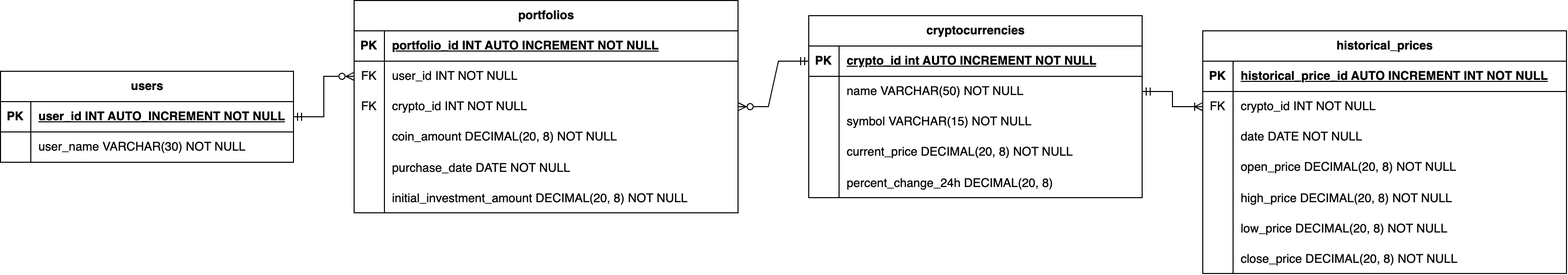
Before: ER_Diagram.png, a diagram exported from draw.io (noahcroghan/soft161_milestone_2). Source tidied: cells renumbered, new cells last; positions are measured from the earlier drawing's top-left corner, leaving out a move shared by most shapes.
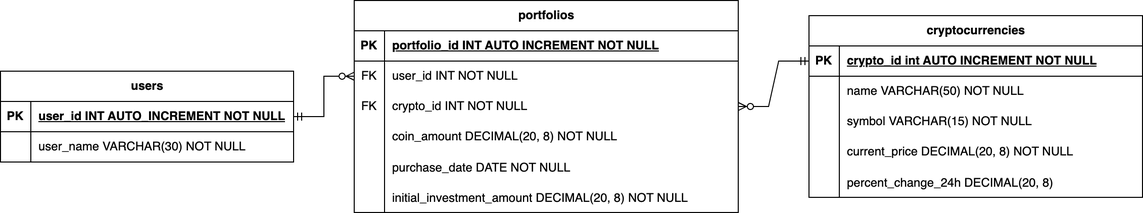
The same file after the commit.

Commit message:
Update README to remove historical prices table

Diff of the diagram source:
```diff
@@ -56,75 +56,6 @@
     <mxCell id="19" value="percent_change_24h DECIMAL(20, 8)" style="shape=partialRectangle;fillColor=none;top=0;left=0;bottom=0;right=0;align=left;spacingLeft=6;overflow=hidden;" parent="17" vertex="1">
       <mxGeometry x="30" width="300" height="30" as="geometry" />
     </mxCell>
-    <mxCell id="20" value="historical_prices" style="shape=table;startSize=30;rowLines=0;fontStyle=1;align=center;html=1;" parent="1" vertex="1">
-      <mxGeometry x="1190" y="30" width="360" height="240" as="geometry" />
-    </mxCell>
-    <mxCell id="21" style="shape=tableRow;horizontal=0;startSize=0;swimlaneHead=0;swimlaneBody=0;fillColor=none;top=0;left=0;right=0;bottom=1;" parent="20" vertex="1">
-      <mxGeometry y="30" width="360" height="30" as="geometry" />
-    </mxCell>
-    <mxCell id="22" value="PK" style="shape=partialRectangle;fillColor=none;top=0;left=0;bottom=0;right=0;fontStyle=1;overflow=hidden;whiteSpace=wrap;html=1;" parent="21" vertex="1">
-      <mxGeometry width="30" height="30" as="geometry" />
-    </mxCell>
-    <mxCell id="23" value="historical_price_id AUTO INCREMENT INT NOT NULL" style="shape=partialRectangle;fillColor=none;top=0;left=0;bottom=0;right=0;align=left;spacingLeft=6;fontStyle=5;overflow=hidden;whiteSpace=wrap;html=1;" parent="21" vertex="1">
-      <mxGeometry x="30" width="330" height="30" as="geometry" />
-    </mxCell>
-    <mxCell id="24" style="shape=tableRow;horizontal=0;startSize=0;swimlaneHead=0;swimlaneBody=0;fillColor=none;points=[[0,0.5],[1,0.5]];portConstraint=eastwest;top=0;left=0;right=0;bottom=0;" parent="20" vertex="1">
-      <mxGeometry y="60" width="360" height="30" as="geometry" />
-    </mxCell>
-    <mxCell id="25" value="FK" style="shape=partialRectangle;fillColor=none;top=0;left=0;bottom=0;right=0;overflow=hidden;whiteSpace=wrap;html=1;" parent="24" vertex="1">
-      <mxGeometry width="30" height="30" as="geometry" />
-    </mxCell>
-    <mxCell id="26" value="crypto_id INT NOT NULL" style="shape=partialRectangle;fillColor=none;top=0;left=0;bottom=0;right=0;align=left;spacingLeft=6;overflow=hidden;whiteSpace=wrap;html=1;" parent="24" vertex="1">
-      <mxGeometry x="30" width="330" height="30" as="geometry" />
-    </mxCell>
-    <mxCell id="27" style="shape=tableRow;horizontal=0;startSize=0;swimlaneHead=0;swimlaneBody=0;fillColor=none;top=0;left=0;right=0;bottom=0;" parent="20" vertex="1">
-      <mxGeometry y="90" width="360" height="30" as="geometry" />
-    </mxCell>
-    <mxCell id="28" style="shape=partialRectangle;fillColor=none;top=0;left=0;bottom=0;right=0;overflow=hidden;whiteSpace=wrap;html=1;" parent="27" vertex="1">
-      <mxGeometry width="30" height="30" as="geometry" />
-    </mxCell>
-    <mxCell id="29" value="date DATE NOT NULL" style="shape=partialRectangle;fillColor=none;top=0;left=0;bottom=0;right=0;align=left;spacingLeft=6;overflow=hidden;whiteSpace=wrap;html=1;" parent="27" vertex="1">
-      <mxGeometry x="30" width="330" height="30" as="geometry" />
-    </mxCell>
-    <mxCell id="30" style="shape=tableRow;horizontal=0;startSize=0;swimlaneHead=0;swimlaneBody=0;fillColor=none;top=0;left=0;right=0;bottom=0;" parent="20" vertex="1">
-      <mxGeometry y="120" width="360" height="30" as="geometry" />
-    </mxCell>
-    <mxCell id="31" style="shape=partialRectangle;fillColor=none;top=0;left=0;bottom=0;right=0;overflow=hidden;whiteSpace=wrap;html=1;" parent="30" vertex="1">
-      <mxGeometry width="30" height="30" as="geometry" />
-    </mxCell>
-    <mxCell id="32" value="open_price DECIMAL(20, 8)&amp;nbsp;NOT NULL" style="shape=partialRectangle;fillColor=none;top=0;left=0;bottom=0;right=0;align=left;spacingLeft=6;overflow=hidden;whiteSpace=wrap;html=1;" parent="30" vertex="1">
-      <mxGeometry x="30" width="330" height="30" as="geometry" />
-    </mxCell>
-    <mxCell id="33" style="shape=tableRow;horizontal=0;startSize=0;swimlaneHead=0;swimlaneBody=0;fillColor=none;top=0;left=0;right=0;bottom=0;" parent="20" vertex="1">
-      <mxGeometry y="150" width="360" height="30" as="geometry" />
-    </mxCell>
-    <mxCell id="34" style="shape=partialRectangle;fillColor=none;top=0;left=0;bottom=0;right=0;overflow=hidden;" parent="33" vertex="1">
-      <mxGeometry width="30" height="30" as="geometry" />
-    </mxCell>
-    <mxCell id="35" value="high_price DECIMAL(20, 8) NOT NULL" style="shape=partialRectangle;fillColor=none;top=0;left=0;bottom=0;right=0;align=left;spacingLeft=6;overflow=hidden;" parent="33" vertex="1">
-      <mxGeometry x="30" width="330" height="30" as="geometry" />
-    </mxCell>
-    <mxCell id="36" style="shape=tableRow;horizontal=0;startSize=0;swimlaneHead=0;swimlaneBody=0;fillColor=none;top=0;left=0;right=0;bottom=0;" parent="20" vertex="1">
-      <mxGeometry y="180" width="360" height="30" as="geometry" />
-    </mxCell>
-    <mxCell id="37" style="shape=partialRectangle;fillColor=none;top=0;left=0;bottom=0;right=0;overflow=hidden;" parent="36" vertex="1">
-      <mxGeometry width="30" height="30" as="geometry" />
-    </mxCell>
-    <mxCell id="38" value="low_price DECIMAL(20, 8) NOT NULL" style="shape=partialRectangle;fillColor=none;top=0;left=0;bottom=0;right=0;align=left;spacingLeft=6;overflow=hidden;" parent="36" vertex="1">
-      <mxGeometry x="30" width="330" height="30" as="geometry" />
-    </mxCell>
-    <mxCell id="39" style="shape=tableRow;horizontal=0;startSize=0;swimlaneHead=0;swimlaneBody=0;fillColor=none;top=0;left=0;right=0;bottom=0;" parent="20" vertex="1">
-      <mxGeometry y="210" width="360" height="30" as="geometry" />
-    </mxCell>
-    <mxCell id="40" style="shape=partialRectangle;fillColor=none;top=0;left=0;bottom=0;right=0;overflow=hidden;" parent="39" vertex="1">
-      <mxGeometry width="30" height="30" as="geometry" />
-    </mxCell>
-    <mxCell id="41" value="close_price DECIMAL(20, 8) NOT NULL" style="shape=partialRectangle;fillColor=none;top=0;left=0;bottom=0;right=0;align=left;spacingLeft=6;overflow=hidden;" parent="39" vertex="1">
-      <mxGeometry x="30" width="330" height="30" as="geometry" />
-    </mxCell>
-    <mxCell id="42" style="edgeStyle=entityRelationEdgeStyle;fontSize=12;html=1;endArrow=ERoneToMany;startArrow=ERmandOne;rounded=0;" parent="1" edge="1" source="8" target="24">
-      <mxGeometry relative="1" as="geometry" />
-    </mxCell>
     <mxCell id="43" value="portfolios" style="shape=table;startSize=30;rowLines=0;fontStyle=1;align=center;html=1;" parent="1" vertex="1">
       <mxGeometry x="350" width="380" height="210" as="geometry" />
     </mxCell>
```
